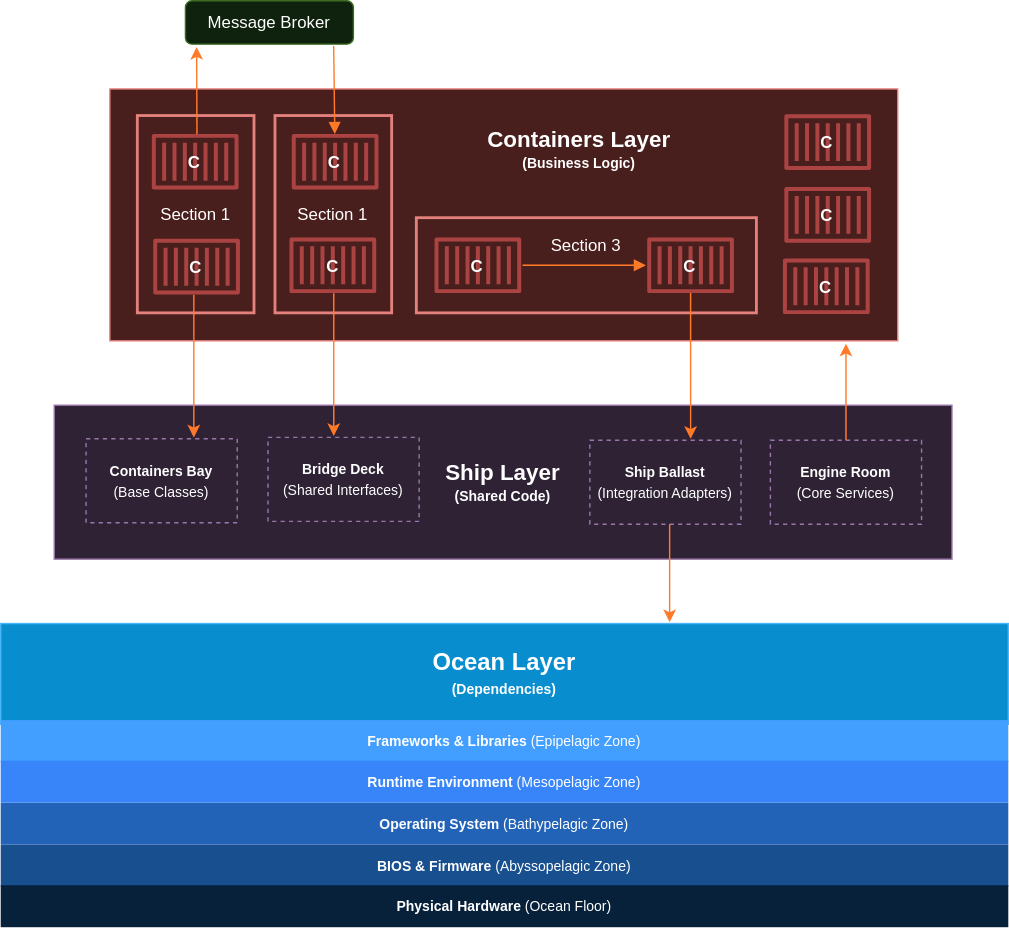
This is img/diagrams/porto_layers.svg from Mahmoudz/Porto, a draw.io export, as it was before one commit. Source tidied: cells renumbered, new cells last; positions are measured from the earlier drawing's top-left corner, leaving out a move shared by most shapes.
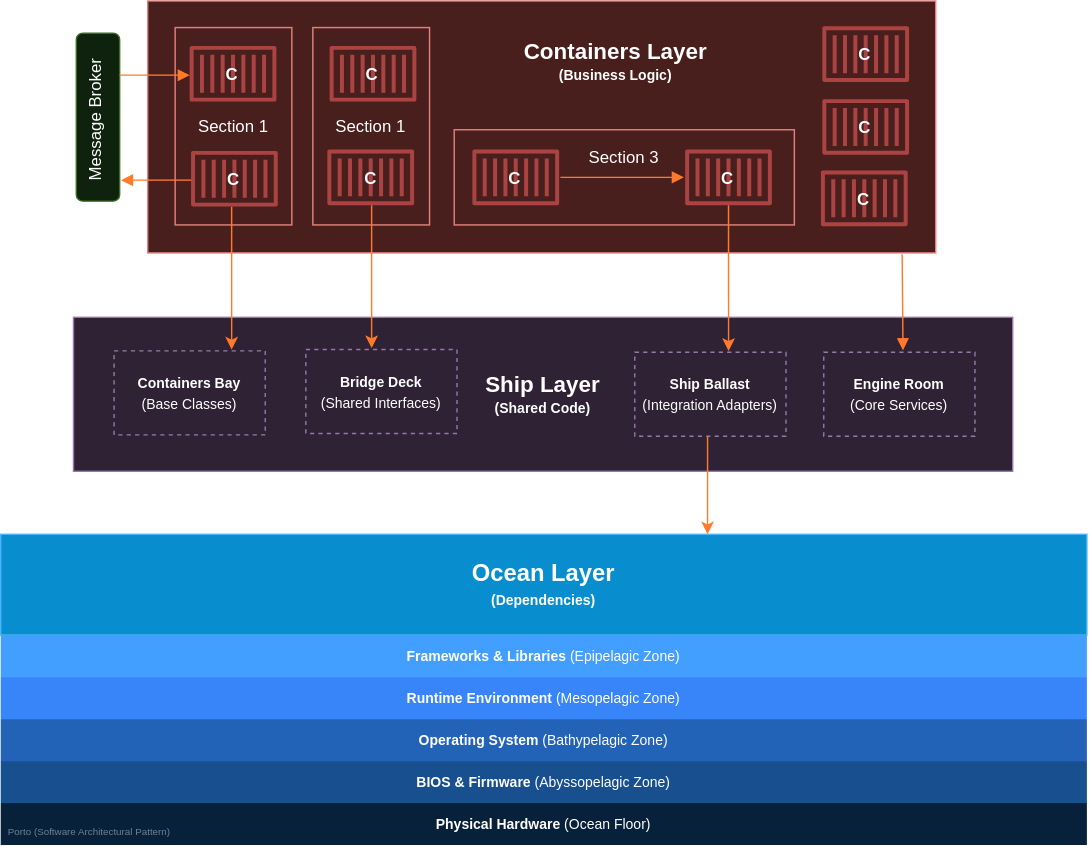
Later version of the same file.

What changed in the source:
```diff
@@ -5,46 +5,37 @@
     <mxCell id="2" style="rounded=0;whiteSpace=wrap;html=1;fillColor=#f8cecc;strokeColor=#b85450;" parent="1" vertex="1">
       <mxGeometry x="78" y="63" width="563" height="180" as="geometry" />
     </mxCell>
-    <mxCell id="3" value="&lt;span style=&quot;font-weight: 400;&quot;&gt;Section 3&lt;/span&gt;&lt;div&gt;&lt;span style=&quot;font-weight: 400;&quot;&gt;&lt;br&gt;&lt;/span&gt;&lt;/div&gt;&lt;div&gt;&lt;span style=&quot;font-weight: 400;&quot;&gt;&lt;br&gt;&lt;/span&gt;&lt;/div&gt;" style="rounded=0;whiteSpace=wrap;html=1;fillColor=#f8cecc;strokeColor=#b85450;strokeWidth=2;fontStyle=1;" parent="1" vertex="1">
+    <mxCell id="3" value="&lt;span style=&quot;font-weight: 400;&quot;&gt;Section 3&lt;/span&gt;&lt;div&gt;&lt;span style=&quot;font-weight: 400;&quot;&gt;&lt;br&gt;&lt;/span&gt;&lt;/div&gt;&lt;div&gt;&lt;span style=&quot;font-weight: 400;&quot;&gt;&lt;br&gt;&lt;/span&gt;&lt;/div&gt;" style="rounded=0;whiteSpace=wrap;html=1;fillColor=#f8cecc;strokeColor=#b85450;strokeWidth=1;fontStyle=1;" parent="1" vertex="1">
       <mxGeometry x="297" y="155" width="243" height="68" as="geometry" />
     </mxCell>
     <mxCell id="4" value="&lt;div&gt;&lt;font color=&quot;#000000&quot;&gt;&lt;b style=&quot;background-color: initial;&quot;&gt;&lt;font style=&quot;font-size: 17px;&quot;&gt;Ocean Layer&lt;/font&gt;&lt;/b&gt;&lt;br&gt;&lt;/font&gt;&lt;/div&gt;&lt;div style=&quot;&quot;&gt;&lt;font color=&quot;#000000&quot;&gt;&lt;font style=&quot;font-size: 10px;&quot;&gt;&lt;b&gt;&lt;font style=&quot;font-size: 10px;&quot;&gt;(&lt;/font&gt;&lt;/b&gt;&lt;/font&gt;&lt;span style=&quot;background-color: initial; font-size: 10px;&quot;&gt;&lt;b&gt;Dependencies&lt;/b&gt;&lt;/span&gt;&lt;b style=&quot;font-size: 10px; background-color: initial;&quot;&gt;)&lt;/b&gt;&lt;/font&gt;&lt;/div&gt;" style="rounded=0;whiteSpace=wrap;html=1;fillColor=#1ba1e2;strokeColor=#006EAF;fontColor=#ffffff;" parent="1" vertex="1">
-      <mxGeometry y="445" width="720" height="72" as="geometry" />
+      <mxGeometry x="-27" y="444" width="776" height="72" as="geometry" />
     </mxCell>
     <mxCell id="5" value="&lt;font size=&quot;1&quot;&gt;&lt;b style=&quot;&quot;&gt;&lt;span style=&quot;font-size: 16px;&quot;&gt;Ship Layer&lt;/span&gt;&lt;br&gt;(Shared Code)&lt;/b&gt;&lt;/font&gt;" style="rounded=0;whiteSpace=wrap;html=1;fillColor=#e1d5e7;strokeColor=#9673a6;" parent="1" vertex="1">
-      <mxGeometry x="38.2" y="289" width="641.5" height="110" as="geometry" />
+      <mxGeometry x="25" y="289" width="671" height="110" as="geometry" />
     </mxCell>
-    <mxCell id="6" value="&lt;font style=&quot;font-weight: normal;&quot;&gt;Section 1&lt;/font&gt;" style="rounded=0;whiteSpace=wrap;html=1;fillColor=#f8cecc;strokeColor=#b85450;strokeWidth=2;fontStyle=1;" parent="1" vertex="1">
+    <mxCell id="6" value="&lt;font style=&quot;font-weight: normal;&quot;&gt;Section 1&lt;/font&gt;" style="rounded=0;whiteSpace=wrap;html=1;fillColor=#f8cecc;strokeColor=#b85450;strokeWidth=1;fontStyle=1;" parent="1" vertex="1">
       <mxGeometry x="97.6" y="82" width="83.4" height="141" as="geometry" />
     </mxCell>
     <mxCell id="7" value="&lt;font style=&quot;font-size: 10px;&quot;&gt;&lt;b&gt;Engine Room&lt;/b&gt;&lt;br&gt;(Core Services)&lt;/font&gt;" style="rounded=0;whiteSpace=wrap;html=1;fillColor=#e1d5e7;strokeColor=#9673a6;dashed=1;" parent="1" vertex="1">
-      <mxGeometry x="550" y="314" width="108" height="60" as="geometry" />
+      <mxGeometry x="561" y="314" width="108" height="60" as="geometry" />
     </mxCell>
-    <mxCell id="8" style="endArrow=classic;html=1;rounded=0;strokeColor=#e65200;" parent="1" edge="1">
-      <mxGeometry relative="1" as="geometry">
-        <mxPoint x="140.3" y="95.1" as="sourcePoint" />
-        <mxPoint x="140" y="33" as="targetPoint" />
-      </mxGeometry>
-    </mxCell>
-    <mxCell id="9" value="&lt;font style=&quot;font-size: 7px;&quot; color=&quot;#38c3fa&quot;&gt;Porto (Software Architectural Pattern)&lt;/font&gt;" style="text;html=1;align=center;verticalAlign=middle;whiteSpace=wrap;rounded=0;" parent="1" vertex="1">
-      <mxGeometry x="2" y="531" width="121" height="20" as="geometry" />
-    </mxCell>
     <mxCell id="10" value="&lt;span style=&quot;font-size: 10px;&quot;&gt;&lt;b&gt;Containers Bay&lt;/b&gt;&lt;/span&gt;&lt;br&gt;&lt;span style=&quot;font-size: 10px;&quot;&gt;(Base Classes)&lt;/span&gt;" style="rounded=0;whiteSpace=wrap;html=1;fillColor=#e1d5e7;strokeColor=#9673a6;dashed=1;" parent="1" vertex="1">
-      <mxGeometry x="61" y="313" width="108" height="60" as="geometry" />
+      <mxGeometry x="54" y="313" width="108" height="60" as="geometry" />
     </mxCell>
     <mxCell id="11" value="&lt;span style=&quot;font-size: 10px;&quot;&gt;&lt;b&gt;Bridge Deck&lt;/b&gt;&lt;/span&gt;&lt;br&gt;&lt;span style=&quot;font-size: 10px;&quot;&gt;(Shared Interfaces)&lt;/span&gt;" style="rounded=0;whiteSpace=wrap;html=1;fillColor=#e1d5e7;strokeColor=#9673a6;dashed=1;" parent="1" vertex="1">
       <mxGeometry x="191" y="312" width="108" height="60" as="geometry" />
     </mxCell>
     <mxCell id="12" value="&lt;span style=&quot;font-size: 10px;&quot;&gt;&lt;b&gt;Ship Ballast&lt;/b&gt;&lt;/span&gt;&lt;br&gt;&lt;span style=&quot;font-size: 10px;&quot;&gt;(Integration Adapters)&lt;/span&gt;" style="rounded=0;whiteSpace=wrap;html=1;fillColor=#e1d5e7;strokeColor=#9673a6;dashed=1;" parent="1" vertex="1">
-      <mxGeometry x="421" y="314" width="108" height="60" as="geometry" />
+      <mxGeometry x="426" y="314" width="108" height="60" as="geometry" />
     </mxCell>
     <mxCell id="13" value="&lt;font&gt;&lt;span style=&quot;font-size: 10px;&quot;&gt;&lt;b&gt;Frameworks &amp;amp;&amp;nbsp;Libraries&lt;/b&gt; (&lt;/span&gt;&lt;span style=&quot;font-size: 10px;&quot;&gt;Epipelagic Zone)&lt;/span&gt;&lt;br&gt;&lt;/font&gt;" style="rounded=0;whiteSpace=wrap;html=1;fillColor=#1774FF;strokeColor=none;fontColor=default;" parent="1" vertex="1">
-      <mxGeometry y="514" width="720" height="30" as="geometry" />
+      <mxGeometry x="-27" y="516" width="776" height="30" as="geometry" />
     </mxCell>
     <mxCell id="14" value="&lt;font&gt;&lt;span style=&quot;font-size: 10px;&quot;&gt;&lt;b&gt;Operating System&lt;/b&gt; (&lt;/span&gt;&lt;span style=&quot;font-size: 10px;&quot;&gt;Bathypelagic Zone)&lt;/span&gt;&lt;br&gt;&lt;/font&gt;" style="rounded=0;whiteSpace=wrap;html=1;fillColor=#6BABFF;strokeColor=none;fontColor=default;" parent="1" vertex="1">
-      <mxGeometry y="573" width="720" height="30" as="geometry" />
+      <mxGeometry x="-27" y="576" width="776" height="30" as="geometry" />
     </mxCell>
-    <mxCell id="15" value="&lt;font style=&quot;font-weight: normal;&quot;&gt;Section 1&lt;/font&gt;" style="rounded=0;whiteSpace=wrap;html=1;fillColor=#f8cecc;strokeColor=#b85450;strokeWidth=2;fontStyle=1;" parent="1" vertex="1">
+    <mxCell id="15" value="&lt;font style=&quot;font-weight: normal;&quot;&gt;Section 1&lt;/font&gt;" style="rounded=0;whiteSpace=wrap;html=1;fillColor=#f8cecc;strokeColor=#b85450;strokeWidth=1;fontStyle=1;" parent="1" vertex="1">
       <mxGeometry x="196" y="82" width="83.4" height="141" as="geometry" />
     </mxCell>
     <mxCell id="16" style="group;" parent="1" vertex="1">
@@ -59,12 +50,6 @@
     <mxCell id="19" value="C" style="text;html=1;align=center;verticalAlign=middle;strokeColor=none;fillColor=none;fontStyle=1;fontColor=default;" parent="17" vertex="1">
       <mxGeometry x="16.6" y="8" width="27" height="26" as="geometry" />
     </mxCell>
-    <mxCell id="20" style="endArrow=none;html=1;rounded=0;entryX=0.793;entryY=0.986;entryDx=0;entryDy=0;entryPerimeter=0;startArrow=block;startFill=1;endFill=0;strokeColor=#e65200;" parent="1" edge="1">
-      <mxGeometry relative="1" as="geometry">
-        <mxPoint x="238.7" y="95.1" as="sourcePoint" />
-        <mxPoint x="238" y="32.4" as="targetPoint" />
-      </mxGeometry>
-    </mxCell>
     <mxCell id="21" style="endArrow=none;html=1;rounded=0;startArrow=block;startFill=1;endFill=0;strokeColor=#e65200;" parent="1" edge="1">
       <mxGeometry relative="1" as="geometry">
         <mxPoint x="461" y="189" as="sourcePoint" />
@@ -72,13 +57,13 @@
       </mxGeometry>
     </mxCell>
     <mxCell id="22" value="&lt;font&gt;&lt;span style=&quot;font-size: 10px;&quot;&gt;&lt;b&gt;BIOS &amp;amp; Firmware&lt;/b&gt;&amp;nbsp;&lt;/span&gt;&lt;span style=&quot;font-size: 10px;&quot;&gt;(Abyssopelagic Zone)&lt;/span&gt;&lt;br&gt;&lt;/font&gt;" style="rounded=0;whiteSpace=wrap;html=1;fillColor=#87BFFF;strokeColor=none;fontColor=default;gradientColor=none;glass=0;" parent="1" vertex="1">
-      <mxGeometry y="603" width="720" height="30" as="geometry" />
+      <mxGeometry x="-27" y="606" width="776" height="30" as="geometry" />
     </mxCell>
     <mxCell id="23" value="&lt;font&gt;&lt;span style=&quot;font-size: 10px;&quot;&gt;&lt;b&gt;Physical Hardware&lt;/b&gt;&amp;nbsp;&lt;/span&gt;&lt;span style=&quot;font-size: 10px;&quot;&gt;(Ocean Floor)&lt;/span&gt;&lt;br&gt;&lt;/font&gt;" style="rounded=0;whiteSpace=wrap;html=1;fillColor=#CCE5FF;strokeColor=none;fontColor=#000000;fillStyle=solid;" parent="1" vertex="1">
-      <mxGeometry y="632" width="720" height="30" as="geometry" />
+      <mxGeometry x="-27" y="636" width="776" height="30" as="geometry" />
     </mxCell>
     <mxCell id="24" value="&lt;font&gt;&lt;span style=&quot;font-size: 10px;&quot;&gt;&lt;b&gt;Runtime Environment&lt;/b&gt;&amp;nbsp;(&lt;/span&gt;&lt;span style=&quot;font-size: 10px;&quot;&gt;Mesopelagic Zone)&lt;/span&gt;&lt;br&gt;&lt;/font&gt;" style="rounded=0;whiteSpace=wrap;html=1;fillColor=#3D8BFF;strokeColor=none;fontColor=default;" parent="1" vertex="1">
-      <mxGeometry y="543" width="720" height="30" as="geometry" />
+      <mxGeometry x="-27" y="546" width="776" height="30" as="geometry" />
     </mxCell>
     <mxCell id="25" style="endArrow=classic;html=1;rounded=0;fontColor=default;strokeColor=#e65200;" parent="1" edge="1">
       <mxGeometry relative="1" as="geometry">
@@ -86,9 +71,10 @@
         <mxPoint x="238" y="311" as="targetPoint" />
       </mxGeometry>
     </mxCell>
-    <mxCell id="26" style="endArrow=classic;html=1;rounded=0;fontColor=default;strokeColor=#e65200;exitX=0.5;exitY=0;exitDx=0;exitDy=0;" parent="1" edge="1" source="7">
+    <mxCell id="26" style="endArrow=none;html=1;rounded=0;fontColor=default;strokeColor=#e65200;exitX=0.404;exitY=-0.009;exitDx=0;exitDy=0;startArrow=block;startFill=1;endFill=0;exitPerimeter=0;" parent="1" edge="1">
       <mxGeometry relative="1" as="geometry">
-        <mxPoint x="604" y="245" as="targetPoint" />
+        <mxPoint x="617.6" y="312.5" as="sourcePoint" />
+        <mxPoint x="617" y="244" as="targetPoint" />
       </mxGeometry>
     </mxCell>
     <mxCell id="27" style="endArrow=classic;html=1;rounded=0;fontColor=default;strokeColor=#e65200;" parent="1" edge="1">
@@ -207,8 +193,26 @@
     <mxCell id="62" value="&lt;b&gt;&lt;font style=&quot;font-size: 16px;&quot;&gt;Containers Layer &lt;/font&gt;&lt;br&gt;&lt;font style=&quot;font-size: 10px;&quot;&gt;(Business Logic)&lt;/font&gt;&lt;/b&gt;" style="text;html=1;align=center;verticalAlign=middle;strokeColor=none;fillColor=none;" parent="1" vertex="1">
       <mxGeometry x="338" y="83" width="149" height="46" as="geometry" />
     </mxCell>
-    <mxCell id="63" value="Message Broker" style="rounded=1;whiteSpace=wrap;html=1;fillColor=#d5e8d4;strokeColor=#82b366;" parent="1" vertex="1">
-      <mxGeometry x="132" width="120" height="31" as="geometry" />
+    <mxCell id="63" style="rounded=1;whiteSpace=wrap;html=1;fillColor=#d5e8d4;strokeColor=#82b366;direction=south;" parent="1" vertex="1">
+      <mxGeometry x="27" y="86" width="31" height="120" as="geometry" />
     </mxCell>
+    <mxCell id="64" value="Message Broker" style="text;html=1;align=center;verticalAlign=middle;strokeColor=none;fillColor=none;rotation=270;" parent="1" vertex="1">
+      <mxGeometry x="-11" y="136" width="105" height="26" as="geometry" />
+    </mxCell>
+    <mxCell id="65" style="endArrow=none;html=1;rounded=0;startArrow=block;startFill=1;endFill=0;strokeColor=#e65200;" parent="1" edge="1">
+      <mxGeometry relative="1" as="geometry">
+        <mxPoint x="108.1" y="116" as="sourcePoint" />
+        <mxPoint x="58" y="116" as="targetPoint" />
+      </mxGeometry>
+    </mxCell>
+    <mxCell id="66" style="endArrow=block;html=1;rounded=0;startArrow=none;startFill=0;endFill=1;strokeColor=#e65200;" parent="1" edge="1">
+      <mxGeometry relative="1" as="geometry">
+        <mxPoint x="109.1" y="191" as="sourcePoint" />
+        <mxPoint x="59" y="191" as="targetPoint" />
+      </mxGeometry>
+    </mxCell>
+    <mxCell id="9" value="&lt;font color=&quot;#768594&quot; style=&quot;font-size: 7px;&quot;&gt;Porto (Software Architectural Pattern)&lt;/font&gt;" style="text;html=1;align=center;verticalAlign=middle;whiteSpace=wrap;rounded=0;" parent="1" vertex="1">
+      <mxGeometry x="-24" y="645" width="121" height="20" as="geometry" />
+    </mxCell>
   </root>
 </mxGraphModel>
```
